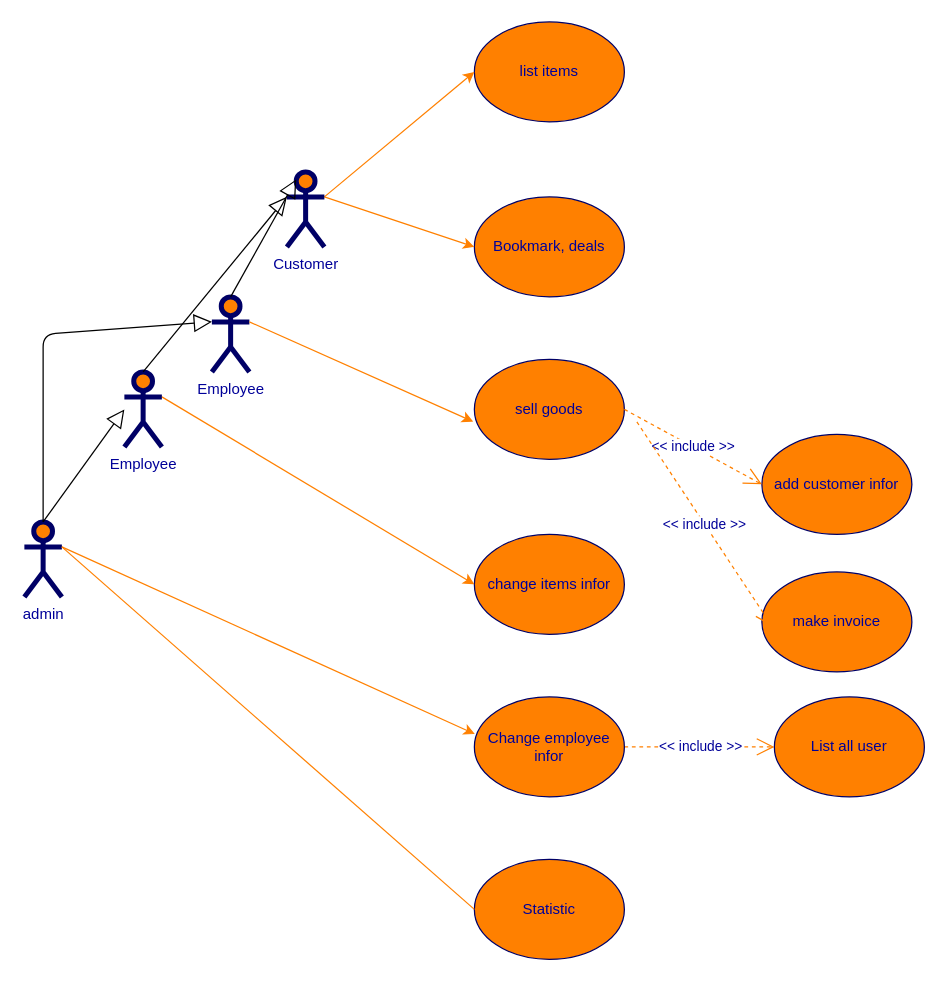
Above: Untitled Diagram.drawio in TruongGiaThach/desktop-tutorial (draw.io), before the change. Source tidied: cells renumbered, new cells numbered last; positions are measured from the earlier drawing's top-left corner, leaving out a move shared by most shapes. Both pictures are drawn from the tidied source at 125%, with x=0, y=0 at pixel (24, 21).
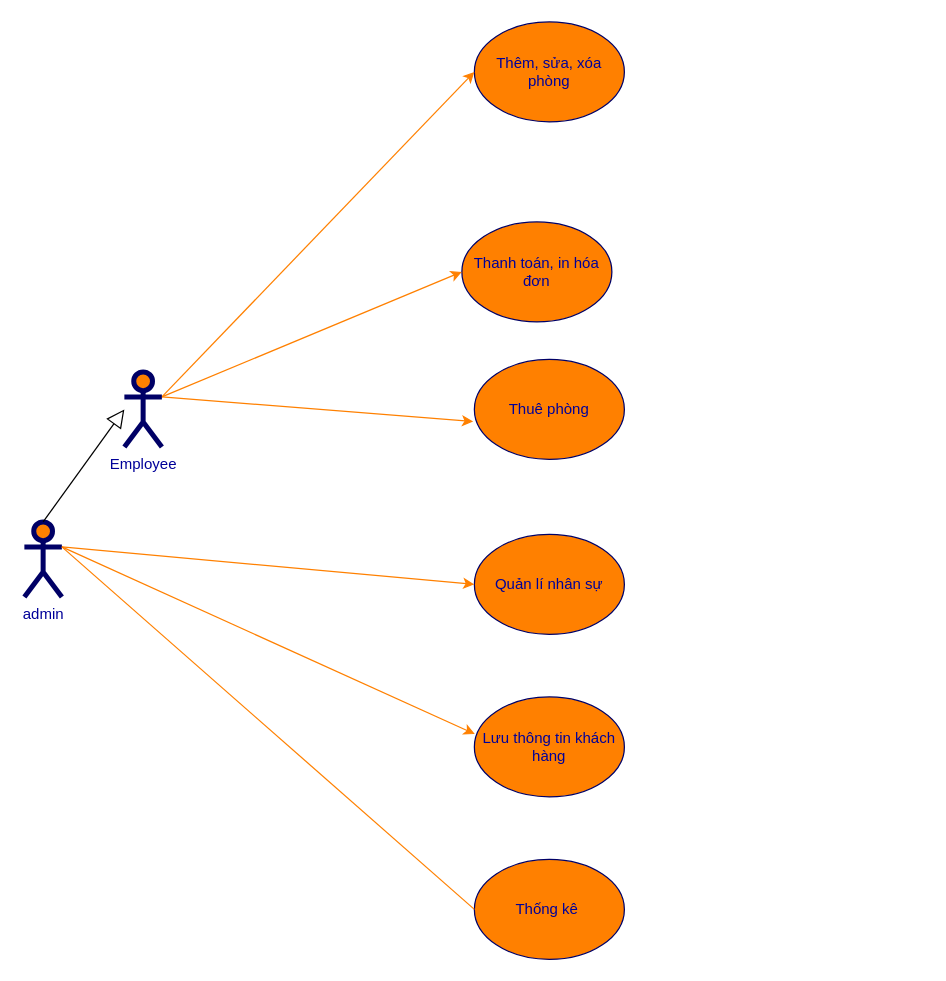
The same diagram, later.

Unchanged cells that the change refers to:
```xml
<mxCell id="17" value="admin&lt;br&gt;" style="shape=umlActor;verticalLabelPosition=bottom;labelBackgroundColor=#ffffff;verticalAlign=top;html=1;strokeWidth=4;fillColor=#FF8000;strokeColor=#000066;fontColor=#000099;" parent="1" vertex="1">
  <mxGeometry y="400" width="30" height="60" as="geometry" />
</mxCell>
<mxCell id="22" value="Employee" style="shape=umlActor;verticalLabelPosition=bottom;labelBackgroundColor=#ffffff;verticalAlign=top;html=1;strokeWidth=4;fillColor=#FF8000;strokeColor=#000066;fontColor=#000099;" parent="1" vertex="1">
  <mxGeometry x="80" y="280" width="30" height="60" as="geometry" />
</mxCell>
```

Change to the diagram source:
```diff
@@
-    <mxCell id="2" value="list items" style="ellipse;whiteSpace=wrap;html=1;fillColor=#FF8000;strokeColor=#000066;fontColor=#000099;" parent="1" vertex="1">
+    <mxCell id="2" value="Thêm, sửa, xóa phòng" style="ellipse;whiteSpace=wrap;html=1;fillColor=#FF8000;strokeColor=#000066;fontColor=#000099;" parent="1" vertex="1">
       <mxGeometry x="360" width="120" height="80" as="geometry" />
     </mxCell>
-    <mxCell id="3" value="Bookmark, deals" style="ellipse;whiteSpace=wrap;html=1;fillColor=#FF8000;strokeColor=#000066;fontColor=#000099;" parent="1" vertex="1">
-      <mxGeometry x="360" y="140" width="120" height="80" as="geometry" />
+    <mxCell id="3" value="Quản lí nhân sự" style="ellipse;whiteSpace=wrap;html=1;fillColor=#FF8000;strokeColor=#000066;fontColor=#000099;" parent="1" vertex="1">
+      <mxGeometry x="360" y="410" width="120" height="80" as="geometry" />
     </mxCell>
-    <mxCell id="4" value="change items infor" style="ellipse;whiteSpace=wrap;html=1;fillColor=#FF8000;strokeColor=#000066;fontColor=#000099;" parent="1" vertex="1">
-      <mxGeometry x="360" y="410" width="120" height="80" as="geometry" />
+    <mxCell id="4" value="Thanh toán, in hóa đơn" style="ellipse;whiteSpace=wrap;html=1;fillColor=#FF8000;strokeColor=#000066;fontColor=#000099;" parent="1" vertex="1">
+      <mxGeometry x="350" y="160" width="120" height="80" as="geometry" />
     </mxCell>
-    <mxCell id="5" style="html=1;exitX=1;exitY=0.3333333333333333;exitPerimeter=0;entryX=0;entryY=0.5;jettySize=auto;fillColor=#f8cecc;strokeColor=#FF8000;curved=1;fontColor=#000099;" parent="1" edge="1" source="7" target="2">
+    <mxCell id="5" style="html=1;exitX=1;exitY=0.3333333333333333;exitPerimeter=0;entryX=0;entryY=0.5;jettySize=auto;fillColor=#f8cecc;strokeColor=#FF8000;curved=1;fontColor=#000099;exitDx=0;exitDy=0;" parent="1" edge="1" source="22" target="2">
       <mxGeometry relative="1" as="geometry" />
     </mxCell>
-    <mxCell id="6" style="edgeStyle=none;curved=1;html=1;exitX=1;exitY=0.3333333333333333;exitPerimeter=0;entryX=0;entryY=0.5;jettySize=auto;strokeColor=#FF8000;fontColor=#000099;" parent="1" edge="1" source="7" target="3">
+    <mxCell id="6" style="edgeStyle=none;curved=1;html=1;exitX=1;exitY=0.3333333333333333;exitPerimeter=0;entryX=0;entryY=0.5;jettySize=auto;strokeColor=#FF8000;fontColor=#000099;exitDx=0;exitDy=0;" parent="1" edge="1" source="17" target="3">
       <mxGeometry relative="1" as="geometry" />
     </mxCell>
-    <mxCell id="7" value="Customer" style="shape=umlActor;verticalLabelPosition=bottom;labelBackgroundColor=#ffffff;verticalAlign=top;html=1;strokeWidth=4;fillColor=#FF8000;strokeColor=#000066;fontColor=#000099;" parent="1" vertex="1">
-      <mxGeometry x="210" y="120" width="30" height="60" as="geometry" />
-    </mxCell>
-    <mxCell id="8" value="Employee" style="shape=umlActor;verticalLabelPosition=bottom;labelBackgroundColor=#ffffff;verticalAlign=top;html=1;strokeWidth=4;fillColor=#FF8000;strokeColor=#000066;fontColor=#000099;" parent="1" vertex="1">
-      <mxGeometry x="150" y="220" width="30" height="60" as="geometry" />
-    </mxCell>
-    <mxCell id="9" value="sell goods" style="ellipse;whiteSpace=wrap;html=1;fillColor=#FF8000;strokeColor=#000066;fontColor=#000099;" parent="1" vertex="1">
+    <mxCell id="9" value="Thuê phòng" style="ellipse;whiteSpace=wrap;html=1;fillColor=#FF8000;strokeColor=#000066;fontColor=#000099;" parent="1" vertex="1">
       <mxGeometry x="360" y="270" width="120" height="80" as="geometry" />
     </mxCell>
-    <mxCell id="10" value="add customer infor" style="ellipse;whiteSpace=wrap;html=1;fillColor=#FF8000;strokeColor=#000066;fontColor=#000099;" parent="1" vertex="1">
-      <mxGeometry x="590" y="330" width="120" height="80" as="geometry" />
-    </mxCell>
-    <mxCell id="11" value="make invoice" style="ellipse;whiteSpace=wrap;html=1;fillColor=#FF8000;strokeColor=#000066;fontColor=#000099;" parent="1" vertex="1">
-      <mxGeometry x="590" y="440" width="120" height="80" as="geometry" />
-    </mxCell>
-    <mxCell id="12" value="&amp;lt;&amp;lt; include &amp;gt;&amp;gt;" style="endArrow=open;endSize=12;dashed=1;html=1;fontColor=#000099;strokeColor=#FF8000;entryX=0;entryY=0.5;entryDx=0;entryDy=0;exitX=1;exitY=0.5;exitDx=0;exitDy=0;" parent="1" edge="1" source="9" target="10">
-      <mxGeometry relative="1" as="geometry" />
-    </mxCell>
-    <mxCell id="13" value="&amp;lt;&amp;lt; include &amp;gt;&amp;gt;" style="endArrow=open;endSize=12;dashed=1;html=1;exitX=1;exitY=0.5;entryX=0;entryY=0.5;fontColor=#000099;strokeColor=#FF8000;exitDx=0;exitDy=0;entryDx=0;entryDy=0;" parent="1" edge="1" source="14" target="15">
-      <mxGeometry x="0.01" relative="1" as="geometry" />
-    </mxCell>
-    <mxCell id="14" value="Change employee infor" style="ellipse;whiteSpace=wrap;html=1;fillColor=#FF8000;strokeColor=#000066;fontColor=#000099;" parent="1" vertex="1">
+    <mxCell id="14" value="Lưu thông tin khách hàng" style="ellipse;whiteSpace=wrap;html=1;fillColor=#FF8000;strokeColor=#000066;fontColor=#000099;" parent="1" vertex="1">
       <mxGeometry x="360" y="540" width="120" height="80" as="geometry" />
     </mxCell>
-    <mxCell id="15" value="List all user" style="ellipse;whiteSpace=wrap;html=1;fillColor=#FF8000;strokeColor=#000066;fontColor=#000099;" parent="1" vertex="1">
-      <mxGeometry x="600" y="540" width="120" height="80" as="geometry" />
-    </mxCell>
-    <mxCell id="16" style="endArrow=block;endFill=0;endSize=12;html=1;entryX=0.25;entryY=0.1;entryDx=0;entryDy=0;entryPerimeter=0;exitX=0.5;exitY=0;exitDx=0;exitDy=0;exitPerimeter=0;" parent="1" edge="1" source="8" target="7">
-      <mxGeometry relative="1" as="geometry" />
-    </mxCell>
@@
-    <mxCell id="19" style="edgeStyle=none;curved=1;html=1;entryX=-0.008;entryY=0.622;jettySize=auto;strokeColor=#FF8000;fontColor=#000099;entryDx=0;entryDy=0;entryPerimeter=0;exitX=1;exitY=0.3333333333333333;exitDx=0;exitDy=0;exitPerimeter=0;" parent="1" edge="1" source="8" target="9">
+    <mxCell id="19" style="edgeStyle=none;curved=1;html=1;entryX=-0.008;entryY=0.622;jettySize=auto;strokeColor=#FF8000;fontColor=#000099;entryDx=0;entryDy=0;entryPerimeter=0;exitX=1;exitY=0.3333333333333333;exitDx=0;exitDy=0;exitPerimeter=0;" parent="1" edge="1" source="22" target="9">
       <mxGeometry relative="1" as="geometry" />
     </mxCell>
@@
-    <mxCell id="23" style="endArrow=block;endFill=0;endSize=12;html=1;entryX=0;entryY=0.3333333333333333;entryDx=0;entryDy=0;entryPerimeter=0;exitX=0.5;exitY=0;exitDx=0;exitDy=0;exitPerimeter=0;" parent="1" edge="1" source="22" target="7">
-      <mxGeometry relative="1" as="geometry" />
-    </mxCell>
-    <mxCell id="24" style="endArrow=block;endFill=0;endSize=12;html=1;entryX=0;entryY=0.3333333333333333;entryDx=0;entryDy=0;entryPerimeter=0;exitX=0.5;exitY=0;exitDx=0;exitDy=0;exitPerimeter=0;" parent="1" edge="1" source="17" target="8">
-      <mxGeometry relative="1" as="geometry">
-        <Array as="points">
-          <mxPoint x="15" y="250" />
-        </Array>
-      </mxGeometry>
-    </mxCell>
-    <mxCell id="25" value="Statistic" style="ellipse;whiteSpace=wrap;html=1;fillColor=#FF8000;strokeColor=#000066;fontColor=#000099;" parent="1" vertex="1">
+    <mxCell id="25" value="Thống kê&amp;nbsp;" style="ellipse;whiteSpace=wrap;html=1;fillColor=#FF8000;strokeColor=#000066;fontColor=#000099;" parent="1" vertex="1">
       <mxGeometry x="360" y="670" width="120" height="80" as="geometry" />
     </mxCell>
-    <mxCell id="26" value="&amp;lt;&amp;lt; include &amp;gt;&amp;gt;" style="endArrow=open;endSize=12;dashed=1;html=1;exitX=1;exitY=0.5;entryX=-0.013;entryY=0.423;fontColor=#000099;strokeColor=#FF8000;exitDx=0;exitDy=0;entryDx=0;entryDy=0;entryPerimeter=0;" parent="1" edge="1">
-      <mxGeometry relative="1" as="geometry">
-        <mxPoint x="490" y="320" as="sourcePoint" />
-        <mxPoint x="598.4" y="483.8" as="targetPoint" />
-      </mxGeometry>
-    </mxCell>
```
